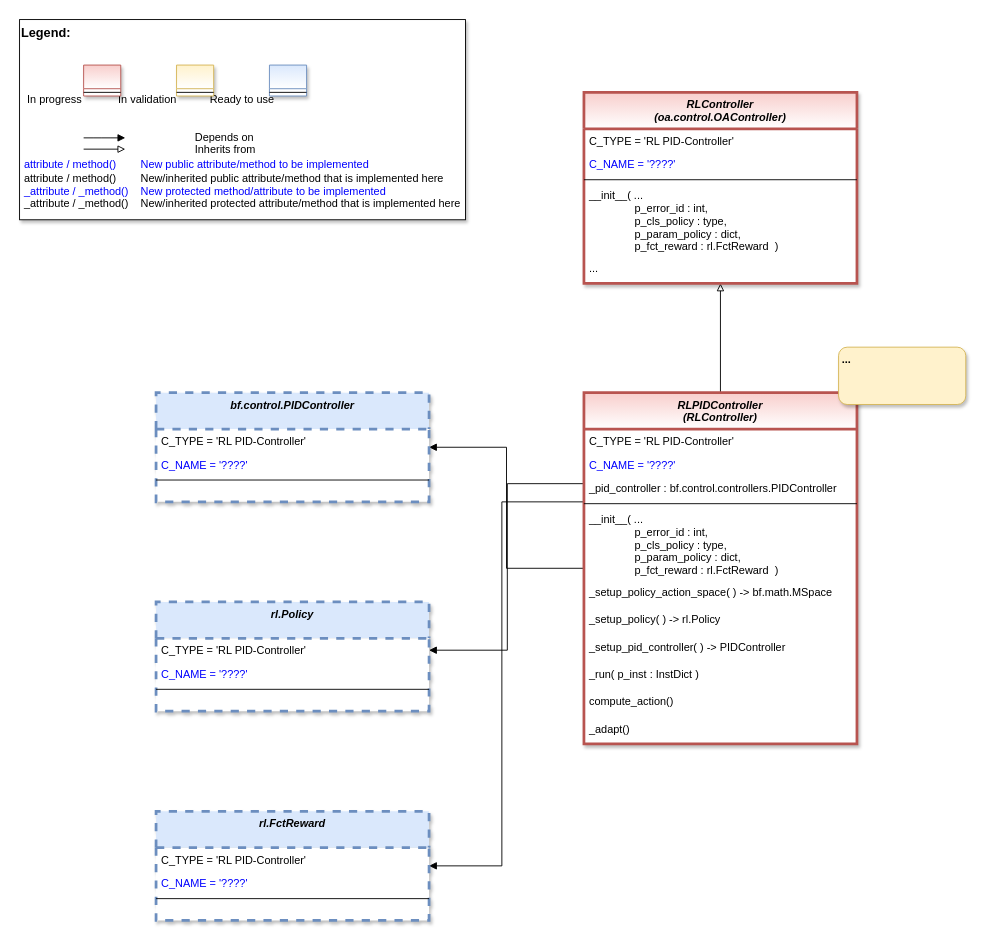
The draw.io diagram doc/rtd/content/99_appendices/appendix2/sub/pool/mlpro_oa/control/controllers/images/MLPro-OA-Control-RL-PID-Controller_class_diagram.drawio in fhswf/MLPro, before the edit. Source tidied: cells renumbered, new cells numbered last; positions are measured from the earlier drawing's top-left corner, leaving out a move shared by most shapes. Both pictures are drawn from the tidied source at 91%, with x=0, y=0 at pixel (19, 19).
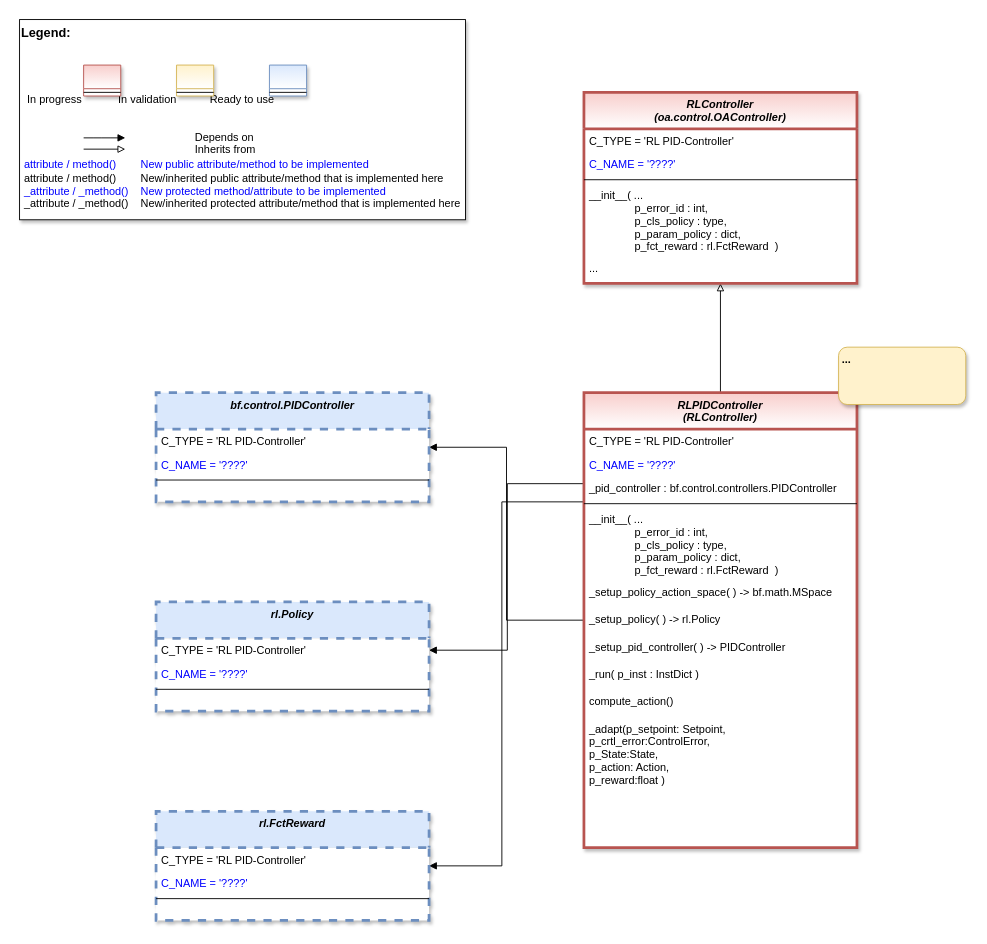
After the change.

Commit message (it also covers changes not shown here):
OA: RL PID Controller (SISO) #1050

Change to the diagram source:
```diff
@@
     <mxCell id="6" value="RLPIDController &#10;(RLController)" style="swimlane;fontStyle=3;align=center;verticalAlign=top;horizontal=1;startSize=40;rounded=0;shadow=1;strokeWidth=3;fillColor=#f8cecc;strokeColor=#b85450;swimlaneFillColor=#ffffff;gradientColor=#FFFFFF;" parent="1" vertex="1">
-      <mxGeometry x="620.2" y="410" width="300" height="386" as="geometry" />
+      <mxGeometry x="620.2" y="410" width="300" height="500" as="geometry" />
     </mxCell>
@@
-    <mxCell id="17" value="_adapt()" style="text;align=left;verticalAlign=top;spacingLeft=4;spacingRight=4;overflow=hidden;fontColor=default;" parent="6" vertex="1">
-      <mxGeometry y="356" width="300" height="30" as="geometry" />
+    <mxCell id="17" value="_adapt(p_setpoint: Setpoint,&#10;p_crtl_error:ControlError,&#10;p_State:State,&#10;p_action: Action,&#10;p_reward:float )" style="text;align=left;verticalAlign=top;spacingLeft=4;spacingRight=4;overflow=hidden;fontColor=default;" parent="6" vertex="1">
+      <mxGeometry y="356" width="300" height="94" as="geometry" />
     </mxCell>
```
